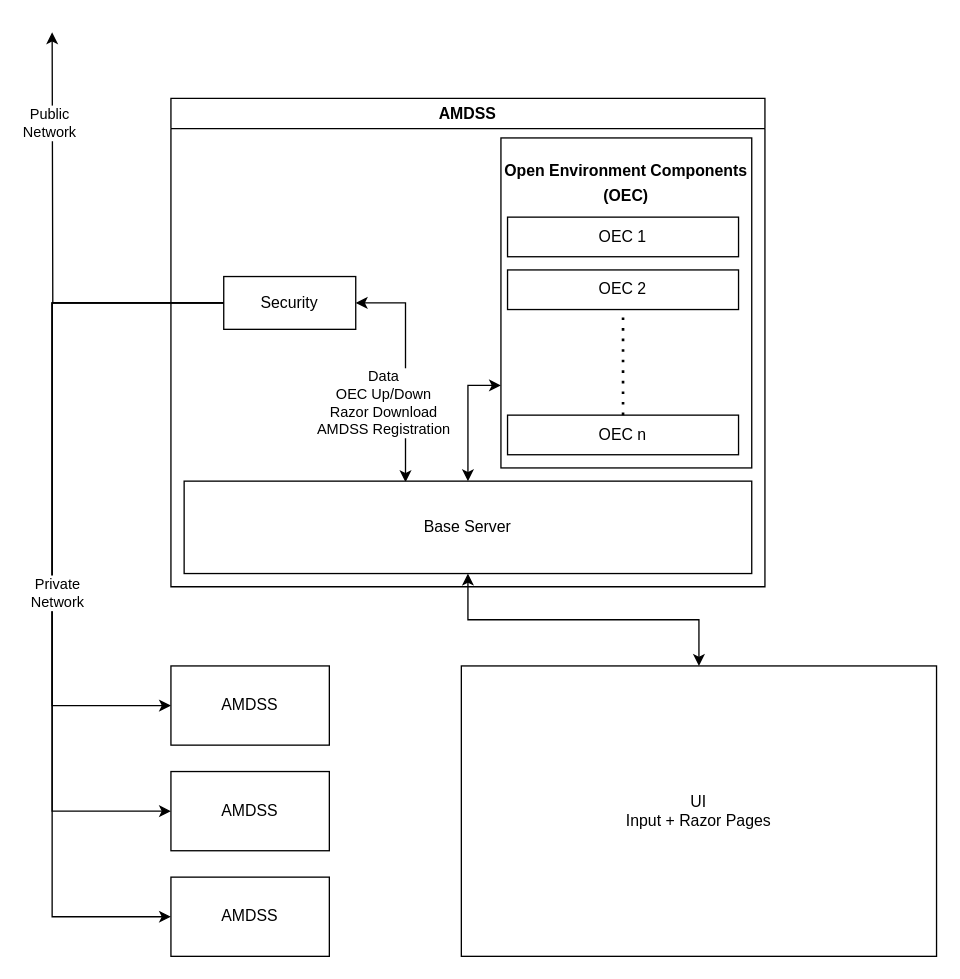
Before: docs/AMDSS_Diagram.drawio in knoxaramav2/AMDSS, a draw.io diagram. Source tidied: cells renumbered, new cells numbered last; positions are measured from the earlier drawing's top-left corner, leaving out a move shared by most shapes. Both pictures are drawn from the tidied source at 132%, with x=0, y=0 at pixel (51, 32).
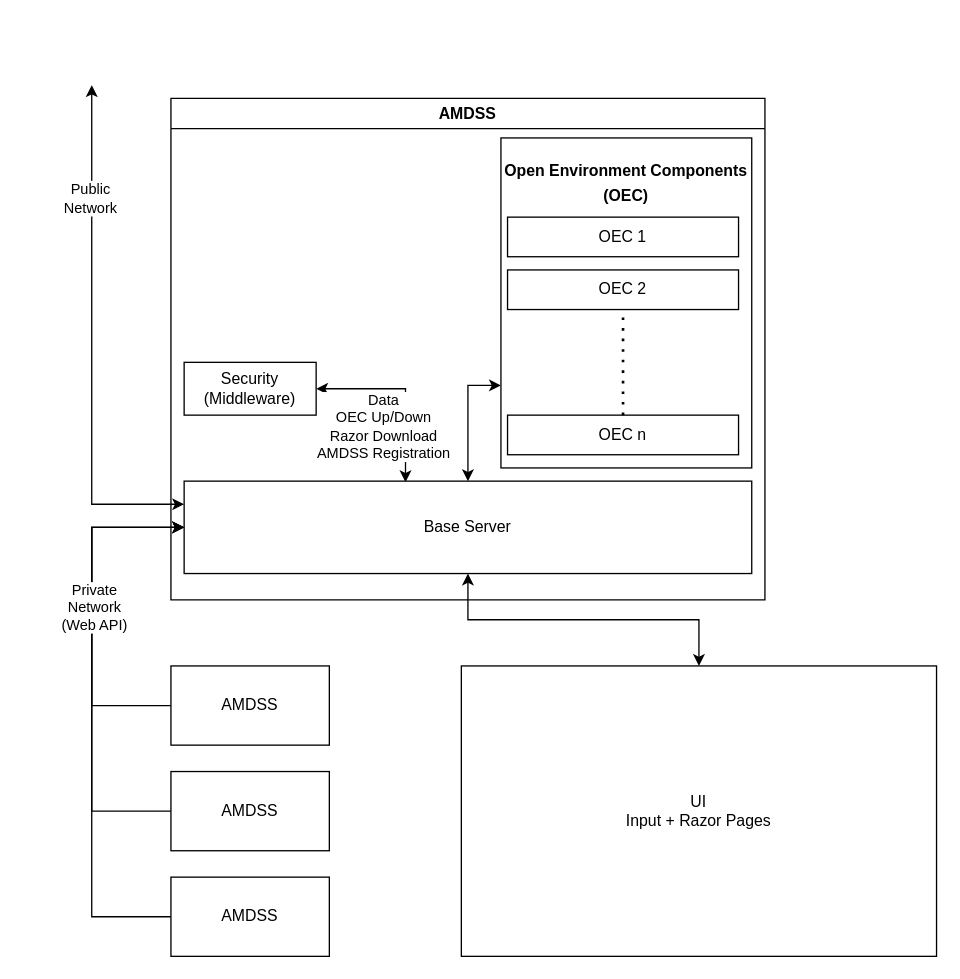
The same diagram, later.

The change refers to these unchanged cells:
```xml
<mxCell id="6" value="Base Server" style="whiteSpace=wrap;html=1;align=center;" parent="2" vertex="1">
  <mxGeometry x="10" y="290" width="430" height="70" as="geometry" />
</mxCell>
<mxCell id="13" value="AMDSS" style="rounded=0;whiteSpace=wrap;html=1;" parent="1" vertex="1">
  <mxGeometry x="90" y="480" width="120" height="60" as="geometry" />
</mxCell>
<mxCell id="14" value="AMDSS" style="rounded=0;whiteSpace=wrap;html=1;" parent="1" vertex="1">
  <mxGeometry x="90" y="560" width="120" height="60" as="geometry" />
</mxCell>
<mxCell id="15" value="AMDSS" style="rounded=0;whiteSpace=wrap;html=1;" parent="1" vertex="1">
  <mxGeometry x="90" y="640" width="120" height="60" as="geometry" />
</mxCell>
```

What changed in the source:
```diff
@@
     <mxCell id="2" value="AMDSS" style="swimlane;fillColor=#FFFFFF;" parent="1" vertex="1">
-      <mxGeometry x="90" y="50" width="450" height="370" as="geometry" />
+      <mxGeometry x="90" y="50" width="450" height="380" as="geometry" />
     </mxCell>
@@
-    <mxCell id="5" value="Security" style="whiteSpace=wrap;html=1;align=center;" parent="2" vertex="1">
-      <mxGeometry x="40" y="135" width="100" height="40" as="geometry" />
+    <mxCell id="5" value="Security&lt;br&gt;(Middleware)" style="whiteSpace=wrap;html=1;align=center;" parent="2" vertex="1">
+      <mxGeometry x="10" y="200" width="100" height="40" as="geometry" />
     </mxCell>
@@
+    <mxCell id="24" style="edgeStyle=elbowEdgeStyle;rounded=0;jettySize=auto;html=1;startArrow=none;startFill=0;entryX=0;entryY=0.5;entryDx=0;entryDy=0;" parent="1" edge="1" source="13" target="6">
+      <mxGeometry relative="1" as="geometry">
+        <Array as="points">
+          <mxPoint x="30" y="420" />
+        </Array>
+      </mxGeometry>
+    </mxCell>
@@
+    <mxCell id="25" style="edgeStyle=elbowEdgeStyle;rounded=0;jettySize=auto;html=1;entryX=0;entryY=0.5;entryDx=0;entryDy=0;startArrow=none;startFill=0;" parent="1" edge="1" source="14" target="6">
+      <mxGeometry relative="1" as="geometry">
+        <Array as="points">
+          <mxPoint x="30" y="440" />
+        </Array>
+      </mxGeometry>
+    </mxCell>
@@
+    <mxCell id="26" style="edgeStyle=elbowEdgeStyle;rounded=0;jettySize=auto;html=1;entryX=0;entryY=0.5;entryDx=0;entryDy=0;startArrow=none;startFill=0;" parent="1" edge="1" source="15" target="6">
+      <mxGeometry relative="1" as="geometry">
+        <Array as="points">
+          <mxPoint x="30" y="430" />
+        </Array>
+      </mxGeometry>
+    </mxCell>
+    <mxCell id="27" value="Private&lt;br&gt;Network&lt;br&gt;(Web API)" style="edgeLabel;html=1;align=center;verticalAlign=middle;" parent="26" vertex="1">
+      <mxGeometry x="0.39" y="-1" relative="1" as="geometry" />
+    </mxCell>
@@
-    <mxCell id="16" style="edgeStyle=orthogonalEdgeStyle;rounded=0;jettySize=auto;html=1;exitX=0;exitY=0.5;exitDx=0;exitDy=0;entryX=0;entryY=0.5;entryDx=0;entryDy=0;" parent="1" edge="1" source="5" target="13">
-      <mxGeometry relative="1" as="geometry">
-        <Array as="points">
-          <mxPoint y="205" />
-          <mxPoint y="510" />
-        </Array>
-      </mxGeometry>
-    </mxCell>
-    <mxCell id="17" style="edgeStyle=orthogonalEdgeStyle;rounded=0;jettySize=auto;html=1;exitX=0;exitY=0.5;exitDx=0;exitDy=0;entryX=0;entryY=0.5;entryDx=0;entryDy=0;" parent="1" edge="1" source="5" target="14">
-      <mxGeometry relative="1" as="geometry">
-        <Array as="points">
-          <mxPoint y="205" />
-          <mxPoint y="590" />
-        </Array>
-      </mxGeometry>
-    </mxCell>
-    <mxCell id="18" style="edgeStyle=orthogonalEdgeStyle;rounded=0;jettySize=auto;html=1;exitX=0;exitY=0.5;exitDx=0;exitDy=0;entryX=0;entryY=0.5;entryDx=0;entryDy=0;" parent="1" edge="1" source="5" target="15">
-      <mxGeometry relative="1" as="geometry">
-        <Array as="points">
-          <mxPoint y="205" />
-          <mxPoint y="670" />
-        </Array>
-      </mxGeometry>
-    </mxCell>
-    <mxCell id="19" value="Private&lt;br&gt;Network" style="edgeLabel;html=1;align=center;verticalAlign=middle;" parent="18" vertex="1">
-      <mxGeometry x="0.02" y="3" relative="1" as="geometry" />
-    </mxCell>
-    <mxCell id="20" style="edgeStyle=orthogonalEdgeStyle;rounded=0;jettySize=auto;html=1;exitX=0;exitY=0.5;exitDx=0;exitDy=0;" parent="1" edge="1" source="5">
-      <mxGeometry relative="1" as="geometry">
-        <mxPoint as="targetPoint" />
-      </mxGeometry>
-    </mxCell>
-    <mxCell id="21" value="Public&lt;br&gt;Network" style="edgeLabel;html=1;align=center;verticalAlign=middle;" parent="20" vertex="1">
-      <mxGeometry x="0.59" y="3" relative="1" as="geometry" />
-    </mxCell>
@@
+    <mxCell id="28" style="edgeStyle=orthogonalEdgeStyle;rounded=0;jettySize=auto;html=1;exitX=0;exitY=0.25;exitDx=0;exitDy=0;startArrow=classic;startFill=1;" parent="1" edge="1" source="6">
+      <mxGeometry relative="1" as="geometry">
+        <mxPoint x="30" y="40" as="targetPoint" />
+        <Array as="points">
+          <mxPoint x="30" y="358" />
+          <mxPoint x="30" y="120" />
+        </Array>
+      </mxGeometry>
+    </mxCell>
+    <mxCell id="21" value="Public&lt;br&gt;Network" style="edgeLabel;html=1;align=center;verticalAlign=middle;" parent="28" vertex="1">
+      <mxGeometry x="0.56" y="2" relative="1" as="geometry" />
+    </mxCell>
```
